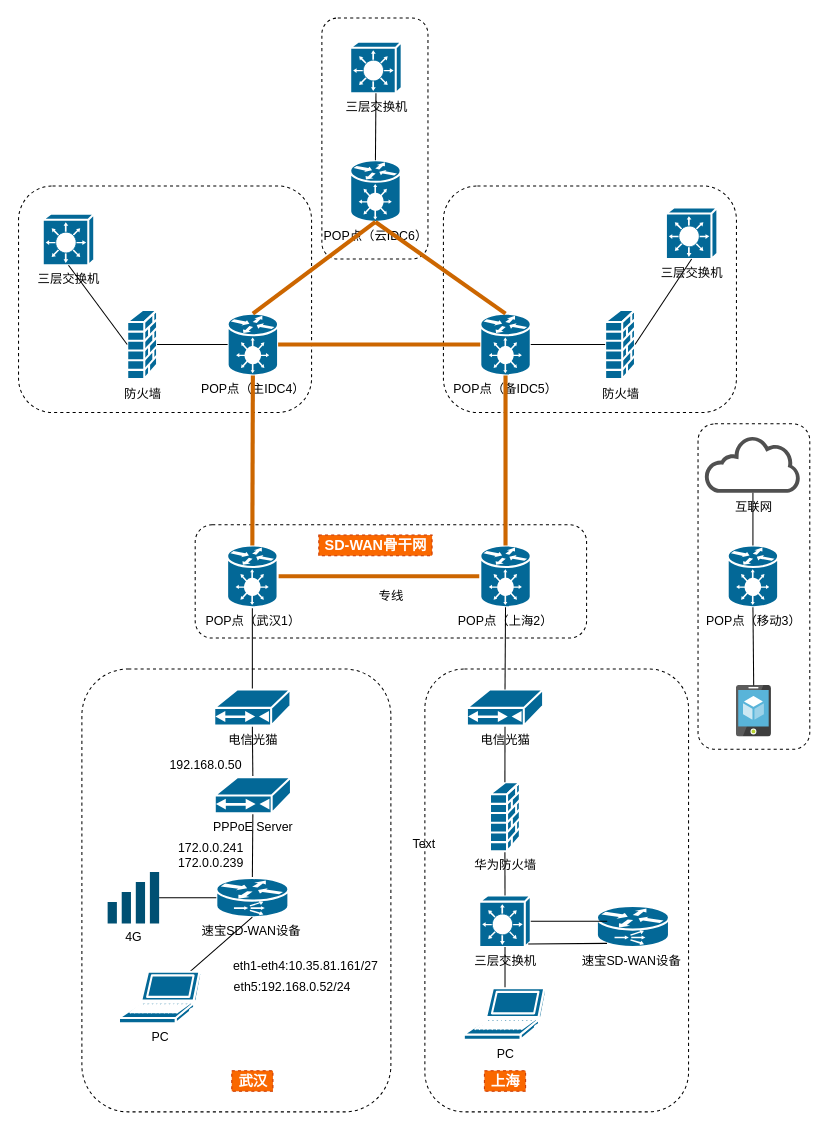
Above: net1-laiyifen.drawio in sinoco101/2020-cat (draw.io), before the change. Source tidied: cells renumbered, new cells numbered last; positions are measured from the earlier drawing's top-left corner, leaving out a move shared by most shapes. Both pictures are drawn from the tidied source at 103%, with x=0, y=0 at pixel (19, 18).
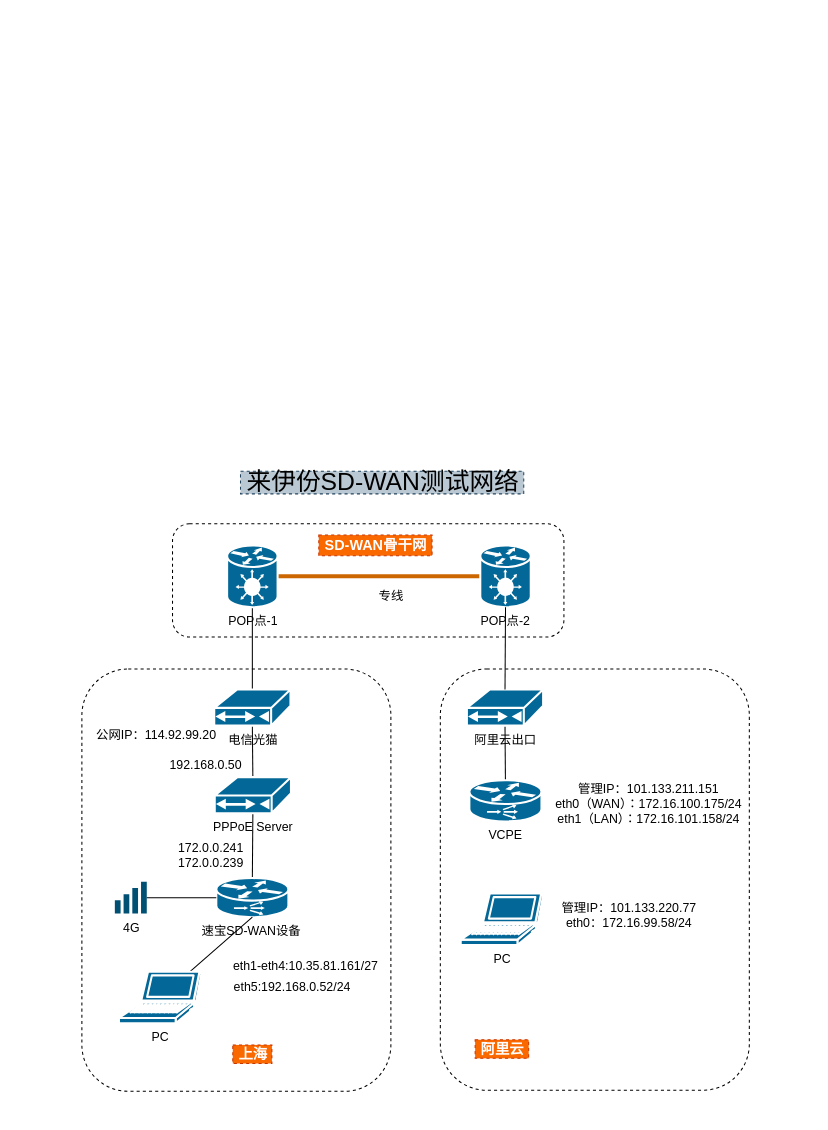
The same page after the edit.

The edit, as a diff of the source:
```diff
@@
-    <mxCell id="2" style="rounded=1;whiteSpace=wrap;html=1;dashed=1;" parent="1" vertex="1">
-      <mxGeometry x="659.2" y="394" width="108.5" height="316" as="geometry" />
-    </mxCell>
-    <mxCell id="3" style="rounded=1;whiteSpace=wrap;html=1;dashed=1;" parent="1" vertex="1">
-      <mxGeometry x="294" width="103" height="234" as="geometry" />
-    </mxCell>
-    <mxCell id="4" style="rounded=1;whiteSpace=wrap;html=1;dashed=1;" parent="1" vertex="1">
-      <mxGeometry x="412" y="163" width="284.5" height="220" as="geometry" />
-    </mxCell>
-    <mxCell id="5" style="rounded=1;whiteSpace=wrap;html=1;dashed=1;" parent="1" vertex="1">
-      <mxGeometry x="-0.5" y="163" width="284.5" height="220" as="geometry" />
-    </mxCell>
+    <mxCell id="68" style="rounded=1;whiteSpace=wrap;html=1;dashed=1;" parent="1" vertex="1">
+      <mxGeometry x="409" y="632" width="300" height="409" as="geometry" />
+    </mxCell>
     <mxCell id="6" style="rounded=1;whiteSpace=wrap;html=1;dashed=1;" parent="1" vertex="1">
-      <mxGeometry x="171" y="492" width="380" height="110" as="geometry" />
+      <mxGeometry x="149" y="491" width="380" height="110" as="geometry" />
     </mxCell>
     <mxCell id="7" style="rounded=1;whiteSpace=wrap;html=1;dashed=1;" parent="1" vertex="1">
-      <mxGeometry x="61" y="632" width="300" height="430" as="geometry" />
+      <mxGeometry x="61" y="632" width="300" height="410" as="geometry" />
     </mxCell>
@@
-    <mxCell id="16" value="POP点（武汉1）" style="shape=mxgraph.cisco.hubs_and_gateways.generic_gateway;html=1;dashed=0;fillColor=#036897;strokeColor=#ffffff;strokeWidth=2;verticalLabelPosition=bottom;verticalAlign=top;align=center;outlineConnect=0;" parent="1" vertex="1">
+    <mxCell id="16" value="POP点-1" style="shape=mxgraph.cisco.hubs_and_gateways.generic_gateway;html=1;dashed=0;fillColor=#036897;strokeColor=#ffffff;strokeWidth=2;verticalLabelPosition=bottom;verticalAlign=top;align=center;outlineConnect=0;" parent="1" vertex="1">
       <mxGeometry x="202" y="512" width="49" height="60" as="geometry" />
     </mxCell>
@@
-    <mxCell id="18" value="POP点（上海2）" style="shape=mxgraph.cisco.hubs_and_gateways.generic_gateway;html=1;dashed=0;fillColor=#036897;strokeColor=#ffffff;strokeWidth=2;verticalLabelPosition=bottom;verticalAlign=top;align=center;outlineConnect=0;" parent="1" vertex="1">
+    <mxCell id="18" value="POP点-2" style="shape=mxgraph.cisco.hubs_and_gateways.generic_gateway;html=1;dashed=0;fillColor=#036897;strokeColor=#ffffff;strokeWidth=2;verticalLabelPosition=bottom;verticalAlign=top;align=center;outlineConnect=0;" parent="1" vertex="1">
       <mxGeometry x="447.8" y="512" width="49" height="60" as="geometry" />
     </mxCell>
@@
-    <mxCell id="20" value="&lt;span style=&quot;font-size: 14px&quot;&gt;武汉&lt;/span&gt;" style="text;html=1;align=center;verticalAlign=middle;fillColor=#fa6800;strokeColor=#C73500;rounded=0;dashed=1;fontColor=#ffffff;fontStyle=1;" parent="1" vertex="1">
-      <mxGeometry x="206.5" y="1022" width="40" height="20" as="geometry" />
+    <mxCell id="20" value="&lt;span style=&quot;font-size: 14px&quot;&gt;上海&lt;/span&gt;" style="text;html=1;align=center;verticalAlign=middle;fillColor=#fa6800;strokeColor=#C73500;rounded=0;dashed=1;fontColor=#ffffff;fontStyle=1;" parent="1" vertex="1">
+      <mxGeometry x="207.5" y="997" width="38" height="18" as="geometry" />
     </mxCell>
@@
-    <mxCell id="22" style="rounded=1;whiteSpace=wrap;html=1;dashed=1;" parent="1" vertex="1">
-      <mxGeometry x="394" y="632" width="256" height="430" as="geometry" />
-    </mxCell>
-    <mxCell id="23" value="三层交换机" style="shape=mxgraph.cisco.switches.layer_3_switch;html=1;dashed=0;fillColor=#036897;strokeColor=#ffffff;strokeWidth=2;verticalLabelPosition=bottom;verticalAlign=top;align=center;outlineConnect=0;" parent="1" vertex="1">
-      <mxGeometry x="446.8" y="852" width="50" height="50" as="geometry" />
-    </mxCell>
-    <mxCell id="24" style="rounded=1;jettySize=auto;html=1;exitX=0.5;exitY=1;exitDx=0;exitDy=0;exitPerimeter=0;entryX=0.5;entryY=0;entryDx=0;entryDy=0;entryPerimeter=0;endArrow=none;endFill=0;startArrow=none;startFill=0;" parent="1" edge="1" source="25" target="23">
-      <mxGeometry relative="1" as="geometry" />
-    </mxCell>
-    <mxCell id="25" value="华为防火墙" style="shape=mxgraph.cisco.security.firewall;html=1;dashed=0;fillColor=#036897;strokeColor=#ffffff;strokeWidth=2;verticalLabelPosition=bottom;verticalAlign=top;align=center;outlineConnect=0;" parent="1" vertex="1">
-      <mxGeometry x="457.2" y="742" width="29" height="67" as="geometry" />
-    </mxCell>
-    <mxCell id="26" style="edgeStyle=none;rounded=1;jettySize=auto;html=1;exitX=0.5;exitY=0;exitDx=0;exitDy=0;exitPerimeter=0;entryX=0.5;entryY=1;entryDx=0;entryDy=0;entryPerimeter=0;startArrow=none;startFill=0;endArrow=none;endFill=0;" parent="1" edge="1" source="25" target="29">
+    <mxCell id="26" style="edgeStyle=none;rounded=1;jettySize=auto;html=1;exitX=0.5;exitY=0;exitDx=0;exitDy=0;exitPerimeter=0;entryX=0.5;entryY=1;entryDx=0;entryDy=0;entryPerimeter=0;startArrow=none;startFill=0;endArrow=none;endFill=0;" parent="1" edge="1" source="27" target="29">
       <mxGeometry relative="1" as="geometry" />
     </mxCell>
-    <mxCell id="27" value="速宝SD-WAN设备&amp;nbsp;" style="shape=mxgraph.cisco.routers.content_service_router;html=1;dashed=0;fillColor=#036897;strokeColor=#ffffff;strokeWidth=2;verticalLabelPosition=bottom;verticalAlign=top;align=center;outlineConnect=0;" parent="1" vertex="1">
-      <mxGeometry x="561" y="862" width="70" height="40" as="geometry" />
+    <mxCell id="27" value="VCPE" style="shape=mxgraph.cisco.routers.content_service_router;html=1;dashed=0;fillColor=#036897;strokeColor=#ffffff;strokeWidth=2;verticalLabelPosition=bottom;verticalAlign=top;align=center;outlineConnect=0;" parent="1" vertex="1">
+      <mxGeometry x="437.2" y="740" width="70" height="40" as="geometry" />
     </mxCell>
-    <mxCell id="28" style="rounded=1;jettySize=auto;html=1;endArrow=none;endFill=0;startArrow=none;startFill=0;exitX=1;exitY=0.5;exitDx=0;exitDy=0;exitPerimeter=0;" parent="1" edge="1" source="23">
-      <mxGeometry relative="1" as="geometry">
-        <mxPoint x="571" y="877" as="targetPoint" />
-      </mxGeometry>
-    </mxCell>
-    <mxCell id="29" value="电信光猫" style="shape=mxgraph.cisco.modems_and_phones.cable_modem;html=1;dashed=0;fillColor=#036897;strokeColor=#ffffff;strokeWidth=2;verticalLabelPosition=bottom;verticalAlign=top;align=center;outlineConnect=0;" parent="1" vertex="1">
+    <mxCell id="29" value="阿里云出口" style="shape=mxgraph.cisco.modems_and_phones.cable_modem;html=1;dashed=0;fillColor=#036897;strokeColor=#ffffff;strokeWidth=2;verticalLabelPosition=bottom;verticalAlign=top;align=center;outlineConnect=0;" parent="1" vertex="1">
       <mxGeometry x="434.8" y="652" width="74" height="35" as="geometry" />
     </mxCell>
-    <mxCell id="30" style="edgeStyle=none;rounded=1;jettySize=auto;html=1;entryX=0.5;entryY=1;entryDx=0;entryDy=0;entryPerimeter=0;startArrow=none;startFill=0;endArrow=none;endFill=0;" parent="1" edge="1" source="31" target="23">
-      <mxGeometry relative="1" as="geometry" />
-    </mxCell>
     <mxCell id="31" value="PC" style="shape=mxgraph.cisco.computers_and_peripherals.laptop;html=1;dashed=0;fillColor=#036897;strokeColor=#ffffff;strokeWidth=2;verticalLabelPosition=bottom;verticalAlign=top;align=center;outlineConnect=0;" parent="1" vertex="1">
-      <mxGeometry x="431.8" y="942" width="80" height="50" as="geometry" />
+      <mxGeometry x="428.8" y="850" width="80" height="50" as="geometry" />
     </mxCell>
@@
-    <mxCell id="33" value="&lt;span style=&quot;font-size: 14px&quot;&gt;上海&lt;/span&gt;" style="text;html=1;align=center;verticalAlign=middle;fillColor=#fa6800;strokeColor=#C73500;rounded=0;dashed=1;fontColor=#ffffff;fontStyle=1;" parent="1" vertex="1">
-      <mxGeometry x="451.8" y="1022" width="40" height="20" as="geometry" />
+    <mxCell id="33" value="&lt;span style=&quot;font-size: 14px&quot;&gt;阿里云&lt;/span&gt;" style="text;html=1;align=center;verticalAlign=middle;fillColor=#fa6800;strokeColor=#C73500;rounded=0;dashed=1;fontColor=#ffffff;fontStyle=1;" parent="1" vertex="1">
+      <mxGeometry x="442.8" y="992" width="52" height="18" as="geometry" />
     </mxCell>
-    <mxCell id="34" style="rounded=1;jettySize=auto;html=1;endArrow=none;endFill=0;startArrow=none;startFill=0;entryX=0.14;entryY=0.91;entryDx=0;entryDy=0;entryPerimeter=0;exitX=0.95;exitY=0.94;exitDx=0;exitDy=0;exitPerimeter=0;" parent="1" edge="1" source="23" target="27">
-      <mxGeometry relative="1" as="geometry" />
-    </mxCell>
@@
-    <mxCell id="36" value="POP点（主IDC4）" style="shape=mxgraph.cisco.hubs_and_gateways.generic_gateway;html=1;dashed=0;fillColor=#036897;strokeColor=#ffffff;strokeWidth=2;verticalLabelPosition=bottom;verticalAlign=top;align=center;outlineConnect=0;" parent="1" vertex="1">
-      <mxGeometry x="202.5" y="287" width="49" height="60" as="geometry" />
-    </mxCell>
-    <mxCell id="37" value="POP点（备IDC5）" style="shape=mxgraph.cisco.hubs_and_gateways.generic_gateway;html=1;dashed=0;fillColor=#036897;strokeColor=#ffffff;strokeWidth=2;verticalLabelPosition=bottom;verticalAlign=top;align=center;outlineConnect=0;" parent="1" vertex="1">
-      <mxGeometry x="447.8" y="287" width="49" height="60" as="geometry" />
-    </mxCell>
-    <mxCell id="38" value="POP点（云IDC6）" style="shape=mxgraph.cisco.hubs_and_gateways.generic_gateway;html=1;dashed=0;fillColor=#036897;strokeColor=#ffffff;strokeWidth=2;verticalLabelPosition=bottom;verticalAlign=top;align=center;outlineConnect=0;" parent="1" vertex="1">
-      <mxGeometry x="321.5" y="138" width="49" height="60" as="geometry" />
-    </mxCell>
-    <mxCell id="39" value="防火墙" style="shape=mxgraph.cisco.security.firewall;html=1;dashed=0;fillColor=#036897;strokeColor=#ffffff;strokeWidth=2;verticalLabelPosition=bottom;verticalAlign=top;align=center;outlineConnect=0;" parent="1" vertex="1">
-      <mxGeometry x="105" y="283.5" width="29" height="67" as="geometry" />
-    </mxCell>
-    <mxCell id="40" value="三层交换机" style="shape=mxgraph.cisco.switches.layer_3_switch;html=1;dashed=0;fillColor=#036897;strokeColor=#ffffff;strokeWidth=2;verticalLabelPosition=bottom;verticalAlign=top;align=center;outlineConnect=0;" parent="1" vertex="1">
-      <mxGeometry x="23" y="190" width="50" height="50" as="geometry" />
-    </mxCell>
-    <mxCell id="41" value="防火墙" style="shape=mxgraph.cisco.security.firewall;html=1;dashed=0;fillColor=#036897;strokeColor=#ffffff;strokeWidth=2;verticalLabelPosition=bottom;verticalAlign=top;align=center;outlineConnect=0;" parent="1" vertex="1">
-      <mxGeometry x="569" y="283.5" width="29" height="67" as="geometry" />
-    </mxCell>
-    <mxCell id="42" value="三层交换机" style="shape=mxgraph.cisco.switches.layer_3_switch;html=1;dashed=0;fillColor=#036897;strokeColor=#ffffff;strokeWidth=2;verticalLabelPosition=bottom;verticalAlign=top;align=center;outlineConnect=0;" parent="1" vertex="1">
-      <mxGeometry x="628" y="184" width="50" height="50" as="geometry" />
-    </mxCell>
-    <mxCell id="43" value="三层交换机" style="shape=mxgraph.cisco.switches.layer_3_switch;html=1;dashed=0;fillColor=#036897;strokeColor=#ffffff;strokeWidth=2;verticalLabelPosition=bottom;verticalAlign=top;align=center;outlineConnect=0;" parent="1" vertex="1">
-      <mxGeometry x="321.5" y="23" width="50" height="50" as="geometry" />
-    </mxCell>
-    <mxCell id="44" style="rounded=1;jettySize=auto;html=1;exitX=0;exitY=0.5;exitDx=0;exitDy=0;exitPerimeter=0;endArrow=none;endFill=0;startArrow=none;startFill=0;entryX=1;entryY=0.5;entryDx=0;entryDy=0;entryPerimeter=0;" parent="1" edge="1" source="36" target="39">
-      <mxGeometry relative="1" as="geometry" />
-    </mxCell>
-    <mxCell id="45" style="rounded=1;jettySize=auto;html=1;exitX=0;exitY=0.5;exitDx=0;exitDy=0;exitPerimeter=0;endArrow=none;endFill=0;startArrow=none;startFill=0;entryX=0.5;entryY=1;entryDx=0;entryDy=0;entryPerimeter=0;" parent="1" edge="1" source="39" target="40">
-      <mxGeometry relative="1" as="geometry" />
-    </mxCell>
-    <mxCell id="46" style="edgeStyle=none;jettySize=auto;html=1;startArrow=none;startFill=0;endArrow=none;endFill=0;rounded=1;strokeColor=#CC6600;strokeWidth=4;entryX=0.5;entryY=1;entryDx=0;entryDy=0;entryPerimeter=0;exitX=0.5;exitY=0;exitDx=0;exitDy=0;exitPerimeter=0;" parent="1" edge="1" source="18" target="37">
-      <mxGeometry relative="1" as="geometry" />
-    </mxCell>
-    <mxCell id="47" value="POP点（移动3）" style="shape=mxgraph.cisco.hubs_and_gateways.generic_gateway;html=1;dashed=0;fillColor=#036897;strokeColor=#ffffff;strokeWidth=2;verticalLabelPosition=bottom;verticalAlign=top;align=center;outlineConnect=0;" parent="1" vertex="1">
-      <mxGeometry x="688" y="512" width="49" height="60" as="geometry" />
-    </mxCell>
-    <mxCell id="48" style="edgeStyle=none;jettySize=auto;html=1;startArrow=none;startFill=0;endArrow=none;endFill=0;rounded=1;strokeColor=#CC6600;strokeWidth=4;entryX=0.5;entryY=1;entryDx=0;entryDy=0;entryPerimeter=0;exitX=0.5;exitY=0;exitDx=0;exitDy=0;exitPerimeter=0;" parent="1" edge="1" source="36" target="38">
-      <mxGeometry relative="1" as="geometry" />
-    </mxCell>
-    <mxCell id="49" style="edgeStyle=none;jettySize=auto;html=1;startArrow=none;startFill=0;endArrow=none;endFill=0;rounded=1;strokeColor=#CC6600;strokeWidth=4;entryX=0.5;entryY=1;entryDx=0;entryDy=0;entryPerimeter=0;exitX=0.5;exitY=0;exitDx=0;exitDy=0;exitPerimeter=0;" parent="1" edge="1" source="37" target="38">
-      <mxGeometry relative="1" as="geometry" />
-    </mxCell>
-    <mxCell id="50" style="edgeStyle=none;jettySize=auto;html=1;startArrow=none;startFill=0;endArrow=none;endFill=0;rounded=1;strokeColor=#CC6600;strokeWidth=4;entryX=1;entryY=0.5;entryDx=0;entryDy=0;entryPerimeter=0;exitX=0;exitY=0.5;exitDx=0;exitDy=0;exitPerimeter=0;" parent="1" edge="1" source="37" target="36">
-      <mxGeometry relative="1" as="geometry" />
-    </mxCell>
-    <mxCell id="51" style="edgeStyle=none;jettySize=auto;html=1;startArrow=none;startFill=0;endArrow=none;endFill=0;rounded=1;strokeColor=#CC6600;strokeWidth=4;entryX=0.5;entryY=1;entryDx=0;entryDy=0;entryPerimeter=0;exitX=0.5;exitY=0;exitDx=0;exitDy=0;exitPerimeter=0;" parent="1" edge="1" source="16" target="36">
-      <mxGeometry relative="1" as="geometry" />
-    </mxCell>
-    <mxCell id="52" style="html=1;points=[];align=center;image;fontSize=12;image=img/lib/mscae/App_Service_Mobile_App.svg;" parent="1" vertex="1">
-      <mxGeometry x="696.5" y="648" width="34" height="50" as="geometry" />
-    </mxCell>
-    <mxCell id="53" style="rounded=1;jettySize=auto;html=1;exitX=1;exitY=0.5;exitDx=0;exitDy=0;exitPerimeter=0;endArrow=none;endFill=0;startArrow=none;startFill=0;entryX=0;entryY=0.5;entryDx=0;entryDy=0;entryPerimeter=0;" parent="1" edge="1" source="37" target="41">
-      <mxGeometry relative="1" as="geometry" />
-    </mxCell>
-    <mxCell id="54" style="rounded=1;jettySize=auto;html=1;exitX=1;exitY=0.5;exitDx=0;exitDy=0;exitPerimeter=0;endArrow=none;endFill=0;startArrow=none;startFill=0;entryX=0.5;entryY=1;entryDx=0;entryDy=0;entryPerimeter=0;" parent="1" edge="1" source="41" target="42">
-      <mxGeometry relative="1" as="geometry" />
-    </mxCell>
     <mxCell id="55" value="4G" style="points=[[0,0.58,0],[0.09,0.58,0],[0.36,0.39,0],[0.64,0.195,0],[0.91,0,0],[1,0,0],[1,0.25,0],[1,0.5,0],[1,0.75,0],[1,1,0],[0,1,0],[0.09,1,0],[0.36,1,0],[0.64,1,0],[0.91,1,0],[0,0.79,0]];verticalLabelPosition=bottom;html=1;verticalAlign=top;align=center;shape=mxgraph.cisco19.wifi_indicator;fillColor=#005073;strokeColor=none;" parent="1" vertex="1">
-      <mxGeometry x="86" y="829" width="50" height="50" as="geometry" />
+      <mxGeometry x="93" y="838.5" width="31" height="31" as="geometry" />
     </mxCell>
@@
-    <mxCell id="57" style="rounded=1;jettySize=auto;html=1;exitX=0.5;exitY=0;exitDx=0;exitDy=0;exitPerimeter=0;endArrow=none;endFill=0;startArrow=none;startFill=0;entryX=0.5;entryY=1;entryDx=0;entryDy=0;entryPerimeter=0;" parent="1" edge="1" source="38" target="43">
-      <mxGeometry relative="1" as="geometry" />
-    </mxCell>
-    <mxCell id="58" value="互联网" style="shadow=0;dashed=0;html=1;strokeColor=none;fillColor=#505050;labelPosition=center;verticalLabelPosition=bottom;outlineConnect=0;verticalAlign=top;align=center;shape=mxgraph.office.clouds.cloud;" parent="1" vertex="1">
-      <mxGeometry x="665.5" y="406" width="94" height="55" as="geometry" />
-    </mxCell>
-    <mxCell id="59" style="rounded=1;jettySize=auto;html=1;endArrow=none;endFill=0;startArrow=none;startFill=0;entryX=0.5;entryY=1;entryDx=0;entryDy=0;entryPerimeter=0;" parent="1" edge="1" source="52" target="47">
-      <mxGeometry relative="1" as="geometry" />
-    </mxCell>
-    <mxCell id="60" style="rounded=1;jettySize=auto;html=1;endArrow=none;endFill=0;startArrow=none;startFill=0;exitX=0.5;exitY=0;exitDx=0;exitDy=0;exitPerimeter=0;" parent="1" edge="1" source="47" target="58">
-      <mxGeometry relative="1" as="geometry" />
-    </mxCell>
@@
-    <mxCell id="62" value="Text" style="text;html=1;align=center;verticalAlign=middle;fillColor=none;strokeColor=none;rounded=0;hachureGap=4;" parent="1" vertex="1">
-      <mxGeometry x="373" y="792" width="40" height="20" as="geometry" />
-    </mxCell>
@@
+    <mxCell id="69" value="管理IP：101.133.220.77&lt;br&gt;eth0：172.16.99.58/24" style="text;html=1;align=center;verticalAlign=middle;fillColor=none;strokeColor=none;rounded=0;hachureGap=4;" parent="1" vertex="1">
+      <mxGeometry x="522" y="855" width="140" height="31" as="geometry" />
+    </mxCell>
+    <mxCell id="70" value="管理IP：101.133.211.151&lt;br&gt;eth0（WAN）：172.16.100.175/24&lt;br&gt;eth1（LAN）：172.16.101.158/24" style="text;html=1;align=center;verticalAlign=middle;fillColor=none;strokeColor=none;rounded=0;hachureGap=4;" parent="1" vertex="1">
+      <mxGeometry x="512" y="740" width="197" height="45" as="geometry" />
+    </mxCell>
+    <mxCell id="71" value="公网IP：114.92.99.20" style="text;html=1;align=center;verticalAlign=middle;fillColor=none;strokeColor=none;rounded=0;hachureGap=4;" parent="1" vertex="1">
+      <mxGeometry x="69" y="687" width="127" height="18" as="geometry" />
+    </mxCell>
+    <mxCell id="72" value="&lt;font style=&quot;font-size: 24px ; font-weight: normal&quot;&gt;来伊份SD-WAN测试网络&lt;/font&gt;" style="text;html=1;align=center;verticalAlign=middle;fillColor=#bac8d3;strokeColor=#23445d;rounded=0;dashed=1;fontStyle=1;" parent="1" vertex="1">
+      <mxGeometry x="215" y="440" width="275" height="22" as="geometry" />
+    </mxCell>
```
